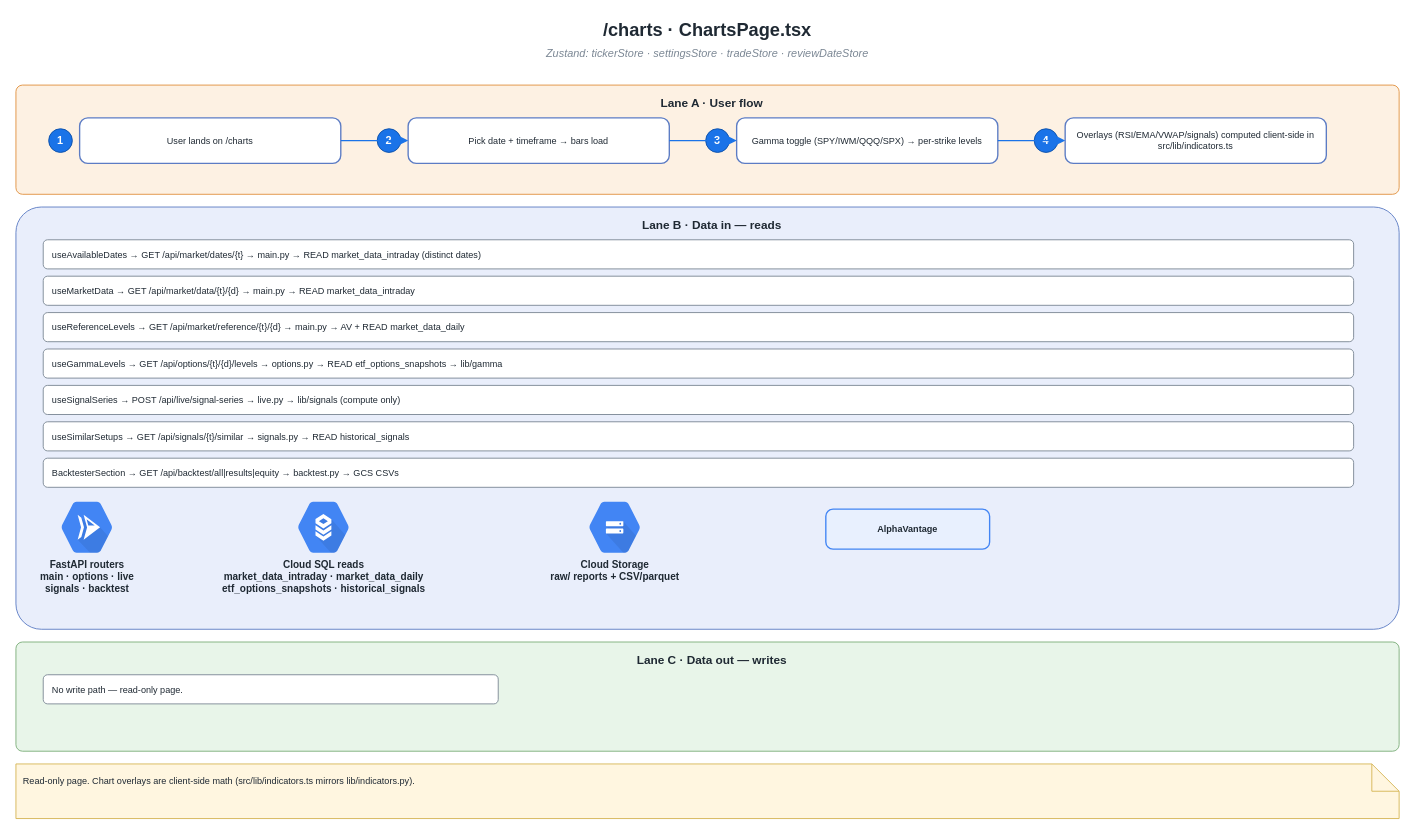
Before: page "5 · Charts" (6 of 15) of Frontend-icons.drawio in TeneikaAskew/solyra, a draw.io diagram. Source tidied: cells renumbered, new cells numbered last; positions are measured from the earlier drawing's top-left corner, leaving out a move shared by most shapes. Both pictures are drawn from the tidied source at 91%, with x=0, y=0 at pixel (15, 15).
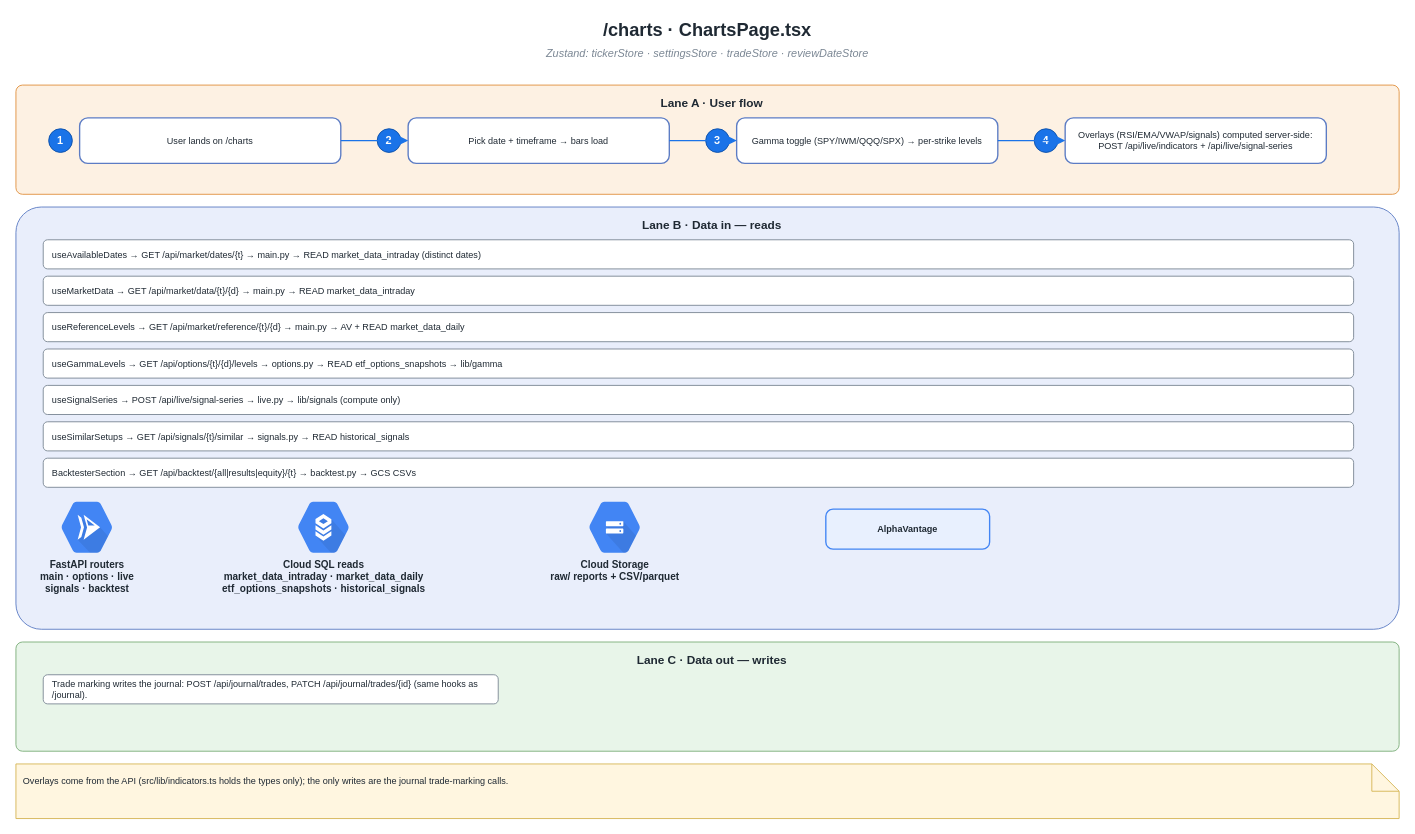
The same diagram, later.

Commit message (it also covers changes not shown here):
docs: correct route-level endpoints, write-path and count claims

The edit, as a diff of the source:
```diff
@@
-    <mxCell id="14" value="Overlays (RSI/EMA/VWAP/signals) computed client-side in src/lib/indicators.ts" style="rounded=1;arcSize=18;whiteSpace=wrap;html=1;fillColor=#ffffff;strokeColor=#5c7cc4;strokeWidth=1.5;fontSize=10;fontColor=#1f2933;align=center;verticalAlign=middle;" parent="1" vertex="1">
+    <mxCell id="14" value="Overlays (RSI/EMA/VWAP/signals) computed server-side: POST /api/live/indicators + /api/live/signal-series" style="rounded=1;arcSize=18;whiteSpace=wrap;html=1;fillColor=#ffffff;strokeColor=#5c7cc4;strokeWidth=1.5;fontSize=10;fontColor=#1f2933;align=center;verticalAlign=middle;" parent="1" vertex="1">
       <mxGeometry x="1153" y="112" width="287" height="50" as="geometry" />
     </mxCell>
@@
-    <mxCell id="23" value="BacktesterSection → GET /api/backtest/all|results|equity → backtest.py → GCS CSVs" style="rounded=1;whiteSpace=wrap;html=1;fillColor=#ffffff;strokeColor=#7b8794;fontSize=10;align=left;verticalAlign=middle;spacingLeft=8;fontColor=#1f2933;" parent="1" vertex="1">
+    <mxCell id="23" value="BacktesterSection → GET /api/backtest/{all|results|equity}/{t} → backtest.py → GCS CSVs" style="rounded=1;whiteSpace=wrap;html=1;fillColor=#ffffff;strokeColor=#7b8794;fontSize=10;align=left;verticalAlign=middle;spacingLeft=8;fontColor=#1f2933;" parent="1" vertex="1">
       <mxGeometry x="30" y="486" width="1440" height="32" as="geometry" />
     </mxCell>
@@
-    <mxCell id="29" value="No write path — read-only page." style="rounded=1;whiteSpace=wrap;html=1;fillColor=#ffffff;strokeColor=#7b8794;fontSize=10;align=left;verticalAlign=middle;spacingLeft=8;fontColor=#1f2933;" parent="1" vertex="1">
+    <mxCell id="29" value="Trade marking writes the journal: POST /api/journal/trades, PATCH /api/journal/trades/{id} (same hooks as /journal)." style="rounded=1;whiteSpace=wrap;html=1;fillColor=#ffffff;strokeColor=#7b8794;fontSize=10;align=left;verticalAlign=middle;spacingLeft=8;fontColor=#1f2933;" parent="1" vertex="1">
       <mxGeometry x="30" y="724" width="500" height="32" as="geometry" />
     </mxCell>
-    <mxCell id="30" value="Read-only page. Chart overlays are client-side math (src/lib/indicators.ts mirrors lib/indicators.py)." style="shape=note;whiteSpace=wrap;html=1;fillColor=#fff6e0;strokeColor=#d6b656;strokeWidth=1;fontSize=10;align=left;verticalAlign=top;spacing=8;fontColor=#1f2933;" parent="1" vertex="1">
+    <mxCell id="30" value="Overlays come from the API (src/lib/indicators.ts holds the types only); the only writes are the journal trade-marking calls." style="shape=note;whiteSpace=wrap;html=1;fillColor=#fff6e0;strokeColor=#d6b656;strokeWidth=1;fontSize=10;align=left;verticalAlign=top;spacing=8;fontColor=#1f2933;" parent="1" vertex="1">
       <mxGeometry y="822" width="1520" height="60" as="geometry" />
     </mxCell>
```
